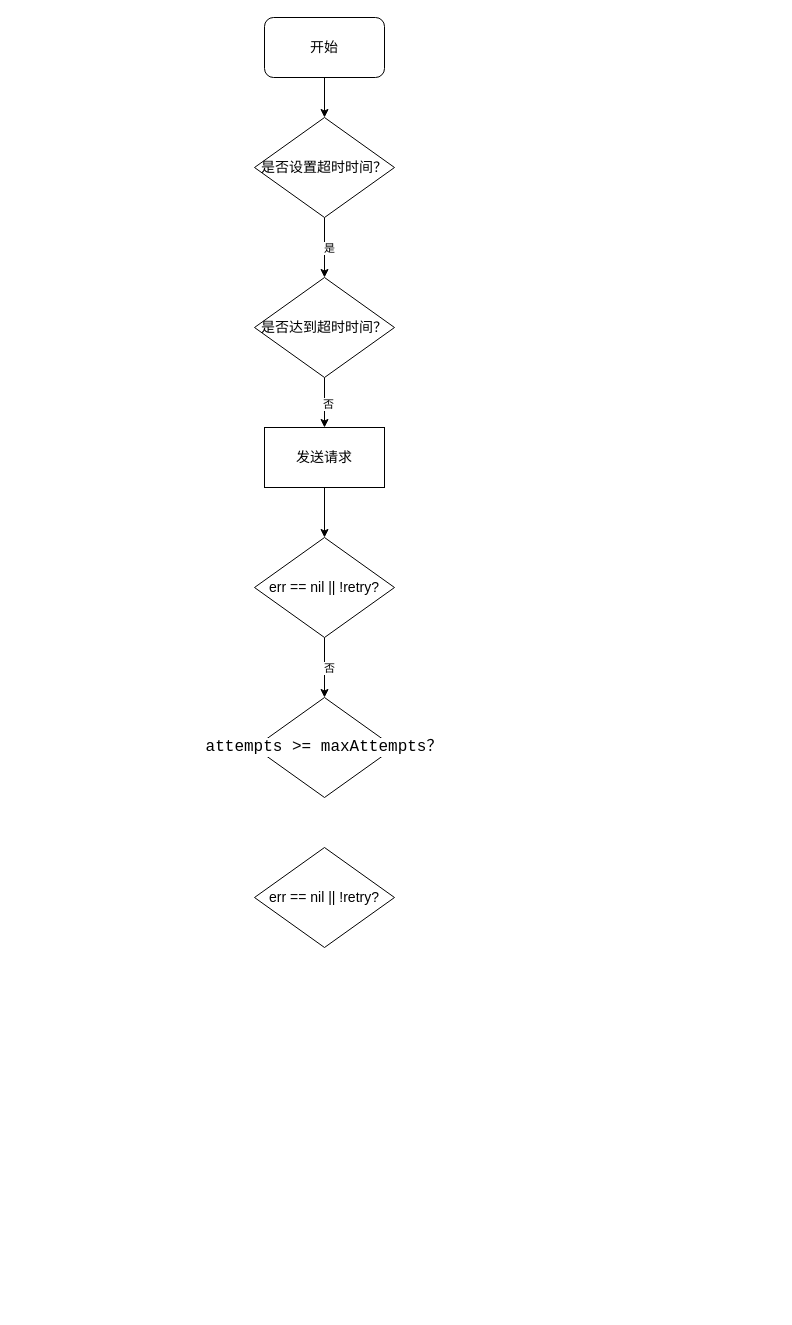
Earlier version of the draw.io diagram go/fasthttp.drawio (LanSeTianYe/draw). Source tidied: cells renumbered, new cells numbered last; positions are measured from the earlier drawing's top-left corner, leaving out a move shared by most shapes. Both pictures are drawn from the tidied source at 100%, with x=0, y=0 at pixel (254, 17).
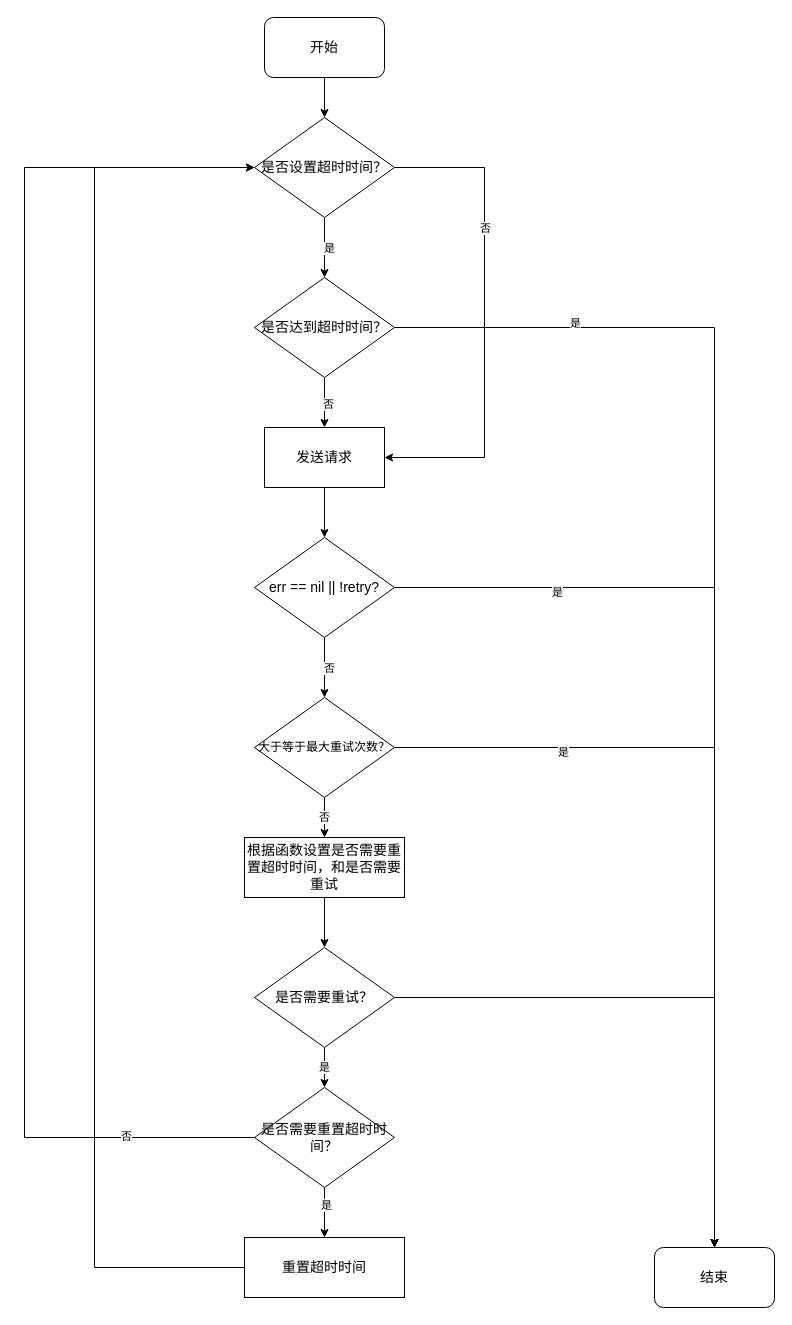
The same page after the edit.

The change refers to these unchanged cells:
```xml
<mxCell id="6" value="&lt;font style=&quot;font-size: 14px;&quot;&gt;是否设置超时时间？&lt;/font&gt;" style="rhombus;whiteSpace=wrap;html=1;align=center;" parent="1" vertex="1">
  <mxGeometry y="100" width="140" height="100" as="geometry" />
</mxCell>
<mxCell id="9" value="&lt;div style=&quot;&quot;&gt;&lt;span style=&quot;font-size: 14px; background-color: initial;&quot;&gt;是否达到超时时间？&lt;/span&gt;&lt;/div&gt;" style="rhombus;whiteSpace=wrap;html=1;align=center;" parent="1" vertex="1">
  <mxGeometry y="260" width="140" height="100" as="geometry" />
</mxCell>
<mxCell id="11" value="&lt;font style=&quot;font-size: 14px;&quot;&gt;发送请求&lt;/font&gt;" style="rounded=0;whiteSpace=wrap;html=1;" parent="1" vertex="1">
  <mxGeometry x="10" y="410" width="120" height="60" as="geometry" />
</mxCell>
<mxCell id="14" value="&lt;div style=&quot;&quot;&gt;&lt;span style=&quot;font-size: 14px; background-color: initial;&quot;&gt;err == nil || !retry?&lt;/span&gt;&lt;/div&gt;" style="rhombus;whiteSpace=wrap;html=1;align=center;" parent="1" vertex="1">
  <mxGeometry y="520" width="140" height="100" as="geometry" />
</mxCell>
```

Diff of the diagram source:
```diff
@@
+    <mxCell id="17" style="edgeStyle=orthogonalEdgeStyle;rounded=0;jettySize=auto;html=1;exitX=1;exitY=0.5;exitDx=0;exitDy=0;entryX=1;entryY=0.5;entryDx=0;entryDy=0;" parent="1" edge="1" source="6" target="11">
+      <mxGeometry relative="1" as="geometry">
+        <Array as="points">
+          <mxPoint x="230" y="150" />
+          <mxPoint x="230" y="440" />
+        </Array>
+      </mxGeometry>
+    </mxCell>
+    <mxCell id="18" value="否" style="edgeLabel;html=1;align=center;verticalAlign=middle;" parent="17" vertex="1">
+      <mxGeometry x="-0.37" relative="1" as="geometry">
+        <mxPoint y="-1" as="offset" />
+      </mxGeometry>
+    </mxCell>
@@
+    <mxCell id="19" style="edgeStyle=orthogonalEdgeStyle;rounded=0;jettySize=auto;html=1;exitX=1;exitY=0.5;exitDx=0;exitDy=0;entryX=0.5;entryY=0;entryDx=0;entryDy=0;" parent="1" edge="1" source="9" target="37">
+      <mxGeometry relative="1" as="geometry" />
+    </mxCell>
+    <mxCell id="20" value="是" style="edgeLabel;html=1;align=center;verticalAlign=middle;" parent="19" vertex="1">
+      <mxGeometry x="-0.71" y="5" relative="1" as="geometry" />
+    </mxCell>
@@
+    <mxCell id="21" style="edgeStyle=orthogonalEdgeStyle;rounded=0;jettySize=auto;html=1;exitX=1;exitY=0.5;exitDx=0;exitDy=0;entryX=0.5;entryY=0;entryDx=0;entryDy=0;" parent="1" edge="1" source="14" target="37">
+      <mxGeometry relative="1" as="geometry" />
+    </mxCell>
+    <mxCell id="22" value="是" style="edgeLabel;html=1;align=center;verticalAlign=middle;" parent="21" vertex="1">
+      <mxGeometry x="-0.67" y="-4" relative="1" as="geometry" />
+    </mxCell>
@@
+    <mxCell id="23" value="否" style="edgeStyle=orthogonalEdgeStyle;rounded=0;jettySize=auto;html=1;exitX=0.5;exitY=1;exitDx=0;exitDy=0;entryX=0.5;entryY=0;entryDx=0;entryDy=0;" parent="1" edge="1" source="15" target="29">
+      <mxGeometry relative="1" as="geometry" />
+    </mxCell>
+    <mxCell id="24" style="edgeStyle=orthogonalEdgeStyle;rounded=0;jettySize=auto;html=1;exitX=1;exitY=0.5;exitDx=0;exitDy=0;entryX=0.5;entryY=0;entryDx=0;entryDy=0;" parent="1" edge="1" source="15" target="37">
+      <mxGeometry relative="1" as="geometry" />
+    </mxCell>
+    <mxCell id="25" value="是" style="edgeLabel;html=1;align=center;verticalAlign=middle;" parent="24" vertex="1">
+      <mxGeometry x="-0.59" y="-4" relative="1" as="geometry" />
+    </mxCell>
-    <mxCell id="15" value="&lt;div style=&quot;&quot;&gt;&lt;div style=&quot;background-color:#ffffff;color:#080808&quot;&gt;&lt;pre style=&quot;font-family:'JetBrains Mono',monospace;font-size:12.0pt;&quot;&gt;&lt;span style=&quot;color:#000000;&quot;&gt;attempts &lt;/span&gt;&amp;gt;= &lt;span style=&quot;color:#000000;&quot;&gt;maxAttempts？&lt;/span&gt;&lt;/pre&gt;&lt;/div&gt;&lt;/div&gt;" style="rhombus;whiteSpace=wrap;html=1;align=center;" parent="1" vertex="1">
+    <mxCell id="15" value="大于等于最大重试次数？" style="rhombus;whiteSpace=wrap;html=1;align=center;" parent="1" vertex="1">
       <mxGeometry y="680" width="140" height="100" as="geometry" />
     </mxCell>
+    <mxCell id="26" value="是" style="edgeStyle=orthogonalEdgeStyle;rounded=0;jettySize=auto;html=1;exitX=0.5;exitY=1;exitDx=0;exitDy=0;entryX=0.5;entryY=0;entryDx=0;entryDy=0;" parent="1" edge="1" source="16" target="34">
+      <mxGeometry relative="1" as="geometry" />
+    </mxCell>
+    <mxCell id="27" style="edgeStyle=orthogonalEdgeStyle;rounded=0;jettySize=auto;html=1;exitX=1;exitY=0.5;exitDx=0;exitDy=0;entryX=0.5;entryY=0;entryDx=0;entryDy=0;" parent="1" edge="1" source="16" target="37">
+      <mxGeometry relative="1" as="geometry" />
+    </mxCell>
-    <mxCell id="16" value="&lt;div style=&quot;&quot;&gt;&lt;span style=&quot;font-size: 14px; background-color: initial;&quot;&gt;err == nil || !retry?&lt;/span&gt;&lt;/div&gt;" style="rhombus;whiteSpace=wrap;html=1;align=center;" parent="1" vertex="1">
-      <mxGeometry y="830" width="140" height="100" as="geometry" />
+    <mxCell id="16" value="&lt;div style=&quot;&quot;&gt;&lt;span style=&quot;font-size: 14px;&quot;&gt;是否需要重试？&lt;/span&gt;&lt;/div&gt;" style="rhombus;whiteSpace=wrap;html=1;align=center;" parent="1" vertex="1">
+      <mxGeometry y="930" width="140" height="100" as="geometry" />
     </mxCell>
+    <mxCell id="28" style="edgeStyle=orthogonalEdgeStyle;rounded=0;jettySize=auto;html=1;exitX=0.5;exitY=1;exitDx=0;exitDy=0;entryX=0.5;entryY=0;entryDx=0;entryDy=0;" parent="1" edge="1" source="29" target="16">
+      <mxGeometry relative="1" as="geometry" />
+    </mxCell>
+    <mxCell id="29" value="&lt;span style=&quot;font-size: 14px;&quot;&gt;根据函数设置是否需要重置超时时间，和是否需要重试&lt;/span&gt;" style="rounded=0;whiteSpace=wrap;html=1;" parent="1" vertex="1">
+      <mxGeometry x="-10" y="820" width="160" height="60" as="geometry" />
+    </mxCell>
+    <mxCell id="30" style="edgeStyle=orthogonalEdgeStyle;rounded=0;jettySize=auto;html=1;exitX=0.5;exitY=1;exitDx=0;exitDy=0;" parent="1" edge="1" source="34" target="36">
+      <mxGeometry relative="1" as="geometry" />
+    </mxCell>
+    <mxCell id="31" value="是" style="edgeLabel;html=1;align=center;verticalAlign=middle;" parent="30" vertex="1">
+      <mxGeometry x="-0.28" y="1" relative="1" as="geometry">
+        <mxPoint y="-1" as="offset" />
+      </mxGeometry>
+    </mxCell>
+    <mxCell id="32" style="edgeStyle=orthogonalEdgeStyle;rounded=0;jettySize=auto;html=1;exitX=0;exitY=0.5;exitDx=0;exitDy=0;entryX=0;entryY=0.5;entryDx=0;entryDy=0;" parent="1" edge="1" source="34" target="6">
+      <mxGeometry relative="1" as="geometry">
+        <Array as="points">
+          <mxPoint x="-230" y="1120" />
+          <mxPoint x="-230" y="150" />
+        </Array>
+      </mxGeometry>
+    </mxCell>
+    <mxCell id="33" value="否" style="edgeLabel;html=1;align=center;verticalAlign=middle;" parent="32" vertex="1">
+      <mxGeometry x="-0.82" y="-2" relative="1" as="geometry" />
+    </mxCell>
+    <mxCell id="34" value="&lt;div style=&quot;&quot;&gt;&lt;span style=&quot;font-size: 14px;&quot;&gt;是否需要重置超时时间？&lt;/span&gt;&lt;/div&gt;" style="rhombus;whiteSpace=wrap;html=1;align=center;" parent="1" vertex="1">
+      <mxGeometry y="1070" width="140" height="100" as="geometry" />
+    </mxCell>
+    <mxCell id="35" style="edgeStyle=orthogonalEdgeStyle;rounded=0;jettySize=auto;html=1;exitX=0;exitY=0.5;exitDx=0;exitDy=0;entryX=0;entryY=0.5;entryDx=0;entryDy=0;" parent="1" edge="1" source="36" target="6">
+      <mxGeometry relative="1" as="geometry">
+        <Array as="points">
+          <mxPoint x="-160" y="1250" />
+          <mxPoint x="-160" y="150" />
+        </Array>
+      </mxGeometry>
+    </mxCell>
+    <mxCell id="36" value="&lt;span style=&quot;font-size: 14px;&quot;&gt;重置超时时间&lt;/span&gt;" style="rounded=0;whiteSpace=wrap;html=1;" parent="1" vertex="1">
+      <mxGeometry x="-10" y="1220" width="160" height="60" as="geometry" />
+    </mxCell>
+    <mxCell id="37" value="&lt;font style=&quot;font-size: 14px;&quot;&gt;结束&lt;/font&gt;" style="rounded=1;whiteSpace=wrap;html=1;" parent="1" vertex="1">
+      <mxGeometry x="400" y="1230" width="120" height="60" as="geometry" />
+    </mxCell>
```
